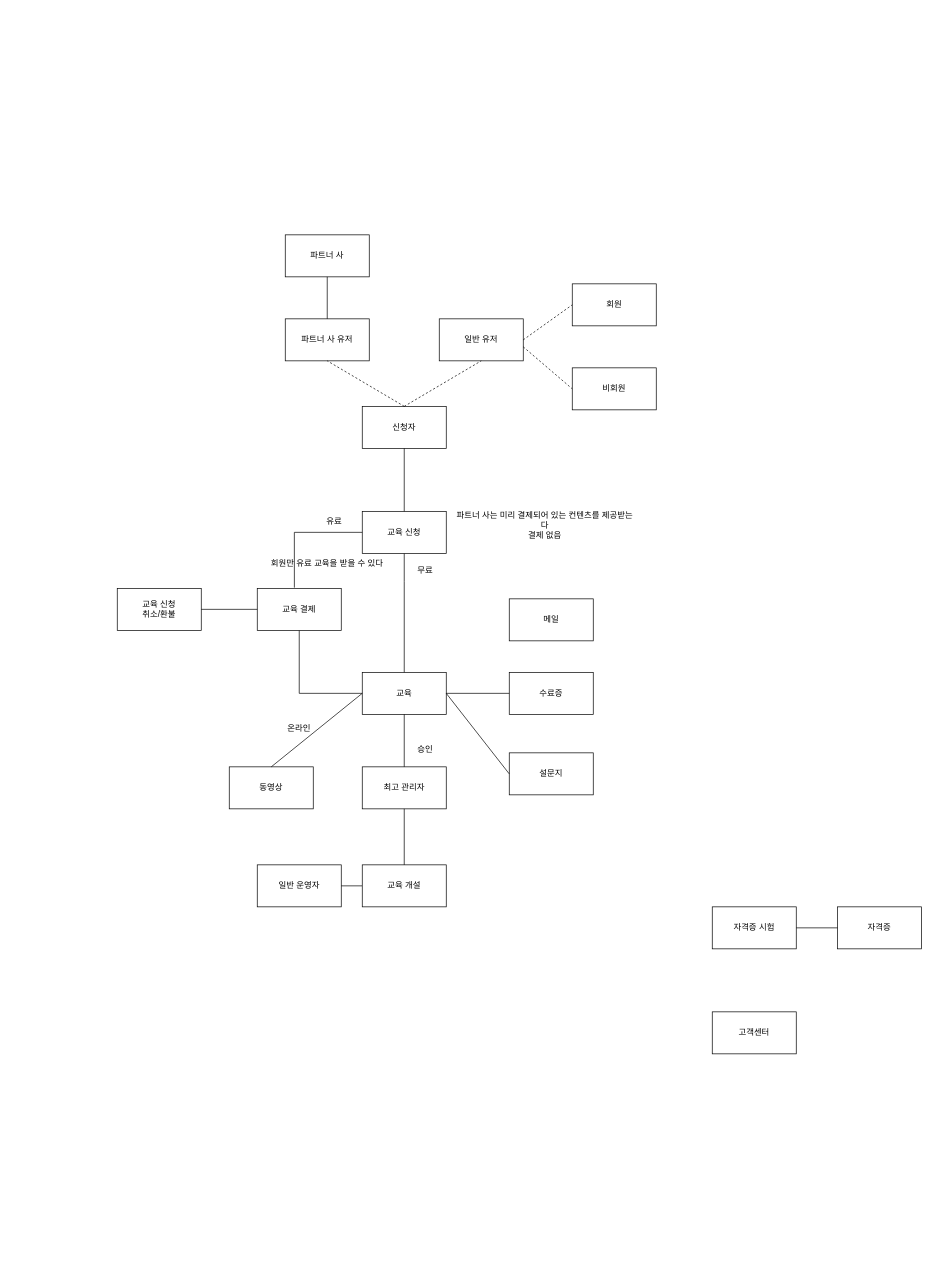
Earlier version of the draw.io diagram Untitled Diagram.drawio (Ganjinajae/algorithm). Source tidied: cells renumbered, new cells numbered last; positions are measured from the earlier drawing's top-left corner, leaving out a move shared by most shapes. Both pictures are drawn from the tidied source at 70%, with x=0, y=0 at pixel (117, 234).
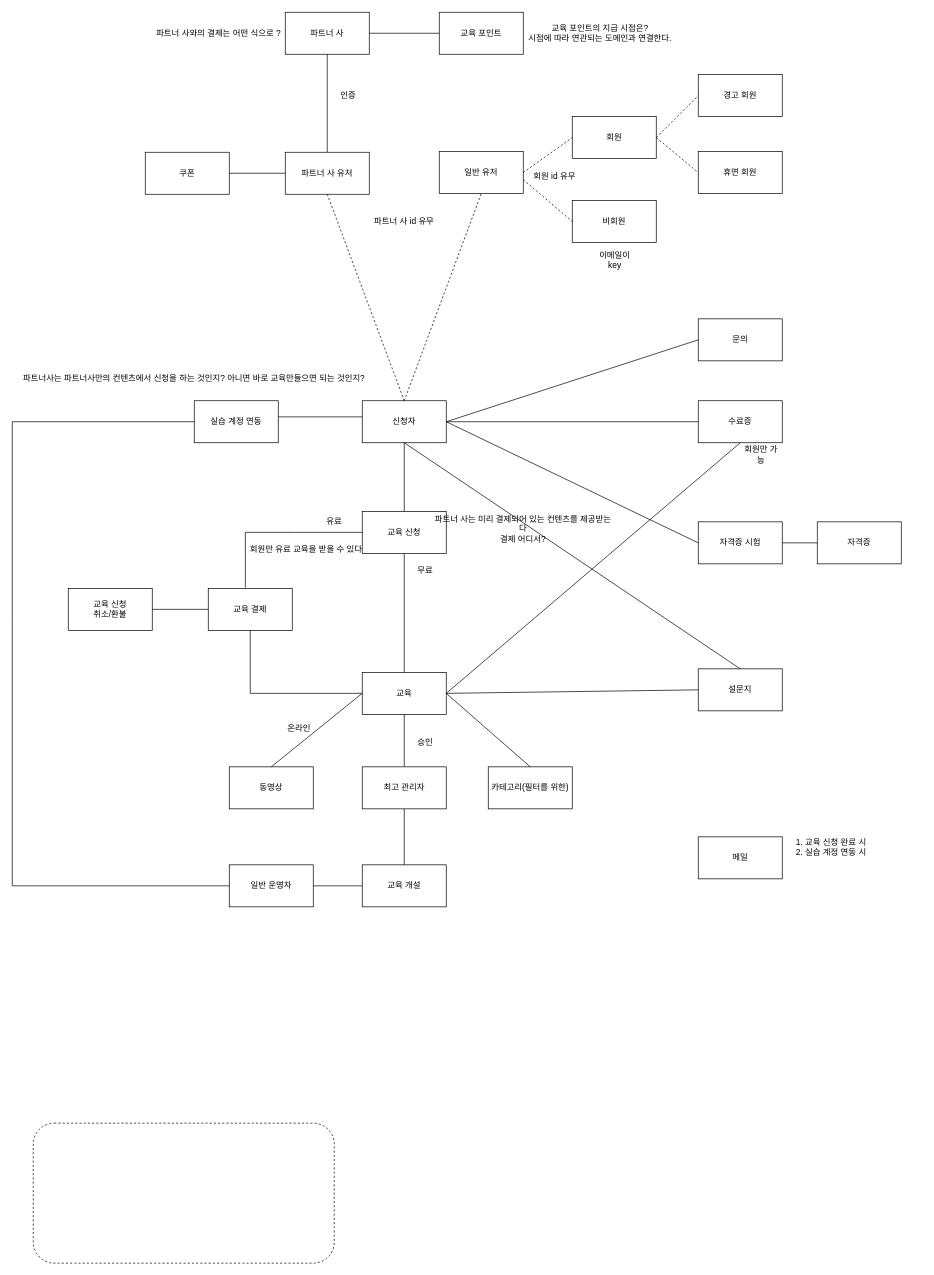
Above is the later version.

Unchanged cells that the change refers to:
```xml
<mxCell id="3" value="교육" style="rounded=0;whiteSpace=wrap;html=1;" parent="1" vertex="1">
  <mxGeometry x="350" y="625" width="120" height="60" as="geometry" />
</mxCell>
<mxCell id="5" value="교육 신청" style="rounded=0;whiteSpace=wrap;html=1;" parent="1" vertex="1">
  <mxGeometry x="350" y="395" width="120" height="60" as="geometry" />
</mxCell>
```

What changed in the source:
```diff
@@
+    <mxCell id="45" style="rounded=1;whiteSpace=wrap;html=1;dashed=1;" parent="1" vertex="1">
+      <mxGeometry x="-120" y="1269" width="430" height="200" as="geometry" />
+    </mxCell>
     <mxCell id="2" value="신청자" style="rounded=0;whiteSpace=wrap;html=1;" parent="1" vertex="1">
-      <mxGeometry x="350" y="245" width="120" height="60" as="geometry" />
+      <mxGeometry x="350" y="237" width="120" height="60" as="geometry" />
     </mxCell>
@@
     <mxCell id="7" value="교육 결제" style="rounded=0;whiteSpace=wrap;html=1;" parent="1" vertex="1">
-      <mxGeometry x="200" y="505" width="120" height="60" as="geometry" />
+      <mxGeometry x="130" y="505" width="120" height="60" as="geometry" />
     </mxCell>
     <mxCell id="8" value="파트너 사" style="rounded=0;whiteSpace=wrap;html=1;" parent="1" vertex="1">
-      <mxGeometry x="240" width="120" height="60" as="geometry" />
+      <mxGeometry x="240" y="-318" width="120" height="60" as="geometry" />
     </mxCell>
@@
     <mxCell id="10" value="일반 운영자" style="rounded=0;whiteSpace=wrap;html=1;" parent="1" vertex="1">
-      <mxGeometry x="200" y="900" width="120" height="60" as="geometry" />
+      <mxGeometry x="160" y="900" width="120" height="60" as="geometry" />
     </mxCell>
@@
     <mxCell id="12" style="endArrow=none;html=1;rounded=0;exitX=0.442;exitY=-0.017;exitDx=0;exitDy=0;exitPerimeter=0;entryX=0;entryY=0.5;entryDx=0;entryDy=0;" parent="1" edge="1" source="7" target="5">
       <mxGeometry relative="1" as="geometry">
         <Array as="points">
+          <mxPoint x="183" y="425" />
           <mxPoint x="253" y="425" />
         </Array>
       </mxGeometry>
     </mxCell>
@@
     <mxCell id="15" value="일반 유저" style="rounded=0;whiteSpace=wrap;html=1;" parent="1" vertex="1">
-      <mxGeometry x="460" y="120" width="120" height="60" as="geometry" />
+      <mxGeometry x="460" y="-119" width="120" height="60" as="geometry" />
     </mxCell>
@@
     <mxCell id="17" value="회원" style="rounded=0;whiteSpace=wrap;html=1;" parent="1" vertex="1">
-      <mxGeometry x="650" y="70" width="120" height="60" as="geometry" />
+      <mxGeometry x="650" y="-169" width="120" height="60" as="geometry" />
     </mxCell>
     <mxCell id="18" value="비회원" style="rounded=0;whiteSpace=wrap;html=1;" parent="1" vertex="1">
-      <mxGeometry x="650" y="190" width="120" height="60" as="geometry" />
+      <mxGeometry x="650" y="-49" width="120" height="60" as="geometry" />
     </mxCell>
@@
     <mxCell id="20" style="endArrow=none;html=1;rounded=0;entryX=0;entryY=0.5;entryDx=0;entryDy=0;dashed=1;" parent="1" edge="1" target="18">
       <mxGeometry relative="1" as="geometry">
-        <mxPoint x="580" y="160" as="sourcePoint" />
+        <mxPoint x="580" y="-79" as="sourcePoint" />
       </mxGeometry>
     </mxCell>
     <mxCell id="21" value="파트너 사 유저" style="rounded=0;whiteSpace=wrap;html=1;" parent="1" vertex="1">
-      <mxGeometry x="240" y="120" width="120" height="60" as="geometry" />
+      <mxGeometry x="240" y="-118" width="120" height="60" as="geometry" />
     </mxCell>
@@
     <mxCell id="27" value="수료증" style="rounded=0;whiteSpace=wrap;html=1;" parent="1" vertex="1">
-      <mxGeometry x="560" y="625" width="120" height="60" as="geometry" />
+      <mxGeometry x="830" y="237" width="120" height="60" as="geometry" />
     </mxCell>
-    <mxCell id="28" style="endArrow=none;html=1;rounded=0;entryX=0.5;entryY=1;entryDx=0;entryDy=0;exitX=0.5;exitY=0;exitDx=0;exitDy=0;" parent="1" edge="1" source="21" target="8">
-      <mxGeometry relative="1" as="geometry" />
-    </mxCell>
-    <mxCell id="29" value="파트너 사는 미리 결제되어 있는 컨텐츠를 제공받는다&lt;br&gt;결제 없음" style="text;html=1;strokeColor=none;fillColor=none;align=center;verticalAlign=middle;whiteSpace=wrap;rounded=0;" parent="1" vertex="1">
-      <mxGeometry x="481" y="400" width="260" height="30" as="geometry" />
+    <mxCell id="29" value="파트너 사는 미리 결제되어 있는 컨텐츠를 제공받는다&lt;br&gt;결제 어디서?" style="text;html=1;strokeColor=none;fillColor=none;align=center;verticalAlign=middle;whiteSpace=wrap;rounded=0;" parent="1" vertex="1">
+      <mxGeometry x="450" y="405" width="260" height="30" as="geometry" />
     </mxCell>
-    <mxCell id="30" value="자격증 시험" style="rounded=0;whiteSpace=wrap;html=1;" parent="1" vertex="1">
-      <mxGeometry x="850" y="960" width="120" height="60" as="geometry" />
-    </mxCell>
-    <mxCell id="31" value="자격증" style="rounded=0;whiteSpace=wrap;html=1;" parent="1" vertex="1">
-      <mxGeometry x="1029" y="960" width="120" height="60" as="geometry" />
-    </mxCell>
-    <mxCell id="32" style="endArrow=none;html=1;rounded=0;entryX=0;entryY=0.5;entryDx=0;entryDy=0;exitX=1;exitY=0.5;exitDx=0;exitDy=0;" parent="1" edge="1" source="30" target="31">
-      <mxGeometry relative="1" as="geometry" />
-    </mxCell>
     <mxCell id="33" value="회원만 유료 교육을 받을 수 있다" style="text;html=1;strokeColor=none;fillColor=none;align=center;verticalAlign=middle;whiteSpace=wrap;rounded=0;" parent="1" vertex="1">
-      <mxGeometry x="200" y="455" width="200" height="30" as="geometry" />
+      <mxGeometry x="170" y="435" width="200" height="30" as="geometry" />
     </mxCell>
     <mxCell id="34" value="설문지" style="rounded=0;whiteSpace=wrap;html=1;" parent="1" vertex="1">
-      <mxGeometry x="560" y="740" width="120" height="60" as="geometry" />
+      <mxGeometry x="830" y="620" width="120" height="60" as="geometry" />
     </mxCell>
@@
-    <mxCell id="37" value="메일" style="rounded=0;whiteSpace=wrap;html=1;" parent="1" vertex="1">
-      <mxGeometry x="560" y="520" width="120" height="60" as="geometry" />
-    </mxCell>
-    <mxCell id="38" value="고객센터" style="rounded=0;whiteSpace=wrap;html=1;" parent="1" vertex="1">
-      <mxGeometry x="850" y="1110" width="120" height="60" as="geometry" />
+    <mxCell id="38" value="문의" style="rounded=0;whiteSpace=wrap;html=1;" parent="1" vertex="1">
+      <mxGeometry x="830" y="120" width="120" height="60" as="geometry" />
     </mxCell>
@@
-    <mxCell id="40" style="endArrow=none;html=1;rounded=0;exitX=1;exitY=0.5;exitDx=0;exitDy=0;entryX=0;entryY=0.5;entryDx=0;entryDy=0;" parent="1" edge="1" source="3" target="27">
+    <mxCell id="40" style="endArrow=none;html=1;rounded=0;exitX=1;exitY=0.5;exitDx=0;exitDy=0;entryX=0.5;entryY=1;entryDx=0;entryDy=0;" parent="1" edge="1" source="3" target="27">
       <mxGeometry relative="1" as="geometry" />
     </mxCell>
@@
     <mxCell id="42" value="승인" style="text;html=1;strokeColor=none;fillColor=none;align=center;verticalAlign=middle;whiteSpace=wrap;rounded=0;" parent="1" vertex="1">
-      <mxGeometry x="410" y="720" width="60" height="30" as="geometry" />
+      <mxGeometry x="410" y="710" width="60" height="30" as="geometry" />
     </mxCell>
     <mxCell id="43" value="교육 신청 &lt;br&gt;취소/환불" style="rounded=0;whiteSpace=wrap;html=1;" parent="1" vertex="1">
-      <mxGeometry y="505" width="120" height="60" as="geometry" />
+      <mxGeometry x="-70" y="505" width="120" height="60" as="geometry" />
     </mxCell>
@@
+    <mxCell id="46" value="파트너 사 id 유무" style="text;html=1;strokeColor=none;fillColor=none;align=center;verticalAlign=middle;whiteSpace=wrap;rounded=0;" parent="1" vertex="1">
+      <mxGeometry x="360" y="-34" width="100" height="30" as="geometry" />
+    </mxCell>
+    <mxCell id="47" value="이메일이 key" style="text;html=1;strokeColor=none;fillColor=none;align=center;verticalAlign=middle;whiteSpace=wrap;rounded=0;" parent="1" vertex="1">
+      <mxGeometry x="681" y="21" width="60" height="30" as="geometry" />
+    </mxCell>
+    <mxCell id="48" value="경고 회원" style="rounded=0;whiteSpace=wrap;html=1;" parent="1" vertex="1">
+      <mxGeometry x="830" y="-229" width="120" height="60" as="geometry" />
+    </mxCell>
+    <mxCell id="49" value="휴면 회원" style="rounded=0;whiteSpace=wrap;html=1;" parent="1" vertex="1">
+      <mxGeometry x="830" y="-119" width="120" height="60" as="geometry" />
+    </mxCell>
+    <mxCell id="50" style="endArrow=none;dashed=1;html=1;rounded=0;entryX=0;entryY=0.5;entryDx=0;entryDy=0;exitX=1;exitY=0.5;exitDx=0;exitDy=0;" parent="1" edge="1" source="17" target="48">
+      <mxGeometry relative="1" as="geometry" />
+    </mxCell>
+    <mxCell id="51" style="endArrow=none;dashed=1;html=1;rounded=0;entryX=0;entryY=0.5;entryDx=0;entryDy=0;" parent="1" edge="1" target="49">
+      <mxGeometry relative="1" as="geometry">
+        <mxPoint x="770" y="-139" as="sourcePoint" />
+      </mxGeometry>
+    </mxCell>
+    <mxCell id="52" value="회원만 가능" style="text;html=1;strokeColor=none;fillColor=none;align=center;verticalAlign=middle;whiteSpace=wrap;rounded=0;" parent="1" vertex="1">
+      <mxGeometry x="890" y="297" width="60" height="33" as="geometry" />
+    </mxCell>
+    <mxCell id="53" value="회원 id 유무" style="text;html=1;strokeColor=none;fillColor=none;align=center;verticalAlign=middle;whiteSpace=wrap;rounded=0;" parent="1" vertex="1">
+      <mxGeometry x="580" y="-99" width="90" height="30" as="geometry" />
+    </mxCell>
+    <mxCell id="54" value="실습 계정 연동" style="rounded=0;whiteSpace=wrap;html=1;" parent="1" vertex="1">
+      <mxGeometry x="110" y="237" width="120" height="60" as="geometry" />
+    </mxCell>
+    <mxCell id="55" style="endArrow=none;html=1;rounded=0;entryX=0;entryY=0.5;entryDx=0;entryDy=0;exitX=1;exitY=0.5;exitDx=0;exitDy=0;" parent="1" edge="1">
+      <mxGeometry relative="1" as="geometry">
+        <mxPoint x="230" y="260" as="sourcePoint" />
+        <mxPoint x="350" y="260" as="targetPoint" />
+      </mxGeometry>
+    </mxCell>
+    <mxCell id="56" value="파트너사는 파트너사만의 컨텐츠에서 신청을 하는 것인지? 아니면 바로 교육만들으면 되는 것인지?" style="text;html=1;strokeColor=none;fillColor=none;align=center;verticalAlign=middle;whiteSpace=wrap;rounded=0;" parent="1" vertex="1">
+      <mxGeometry x="-150" y="190" width="520" height="30" as="geometry" />
+    </mxCell>
+    <mxCell id="28" style="endArrow=none;html=1;rounded=0;entryX=0.5;entryY=1;entryDx=0;entryDy=0;exitX=0.5;exitY=0;exitDx=0;exitDy=0;" parent="1" edge="1" source="21" target="8">
+      <mxGeometry relative="1" as="geometry" />
+    </mxCell>
+    <mxCell id="57" style="endArrow=none;html=1;rounded=0;entryX=0;entryY=0.5;entryDx=0;entryDy=0;exitX=0;exitY=0.5;exitDx=0;exitDy=0;" parent="1" edge="1" source="10" target="54">
+      <mxGeometry relative="1" as="geometry">
+        <Array as="points">
+          <mxPoint x="-150" y="930" />
+          <mxPoint x="-150" y="550" />
+          <mxPoint x="-150" y="267" />
+        </Array>
+      </mxGeometry>
+    </mxCell>
+    <mxCell id="58" value="파트너 사와의 결제는 어떤 식으로 ?" style="text;html=1;strokeColor=none;fillColor=none;align=center;verticalAlign=middle;whiteSpace=wrap;rounded=0;" parent="1" vertex="1">
+      <mxGeometry x="50" y="-303" width="190" height="30" as="geometry" />
+    </mxCell>
+    <mxCell id="59" value="교육 포인트" style="rounded=0;whiteSpace=wrap;html=1;" parent="1" vertex="1">
+      <mxGeometry x="460" y="-318" width="120" height="60" as="geometry" />
+    </mxCell>
+    <mxCell id="60" style="endArrow=none;html=1;rounded=0;entryX=0;entryY=0.5;entryDx=0;entryDy=0;exitX=1;exitY=0.5;exitDx=0;exitDy=0;" parent="1" edge="1" source="8" target="59">
+      <mxGeometry relative="1" as="geometry" />
+    </mxCell>
+    <mxCell id="61" value="교육 포인트의 지급 시점은?&lt;br&gt;시점에 따라 연관되는 도메인과 연결한다." style="text;html=1;strokeColor=none;fillColor=none;align=center;verticalAlign=middle;whiteSpace=wrap;rounded=0;" parent="1" vertex="1">
+      <mxGeometry x="570" y="-303" width="240" height="30" as="geometry" />
+    </mxCell>
+    <mxCell id="62" style="endArrow=none;html=1;rounded=0;entryX=1;entryY=0.5;entryDx=0;entryDy=0;exitX=0;exitY=0.5;exitDx=0;exitDy=0;" parent="1" edge="1" source="27" target="2">
+      <mxGeometry relative="1" as="geometry" />
+    </mxCell>
+    <mxCell id="63" style="endArrow=none;html=1;rounded=0;entryX=0.5;entryY=1;entryDx=0;entryDy=0;exitX=0.5;exitY=0;exitDx=0;exitDy=0;" parent="1" edge="1" source="34" target="2">
+      <mxGeometry relative="1" as="geometry" />
+    </mxCell>
+    <mxCell id="64" value="인증" style="text;html=1;strokeColor=none;fillColor=none;align=center;verticalAlign=middle;whiteSpace=wrap;rounded=0;dashed=1;" parent="1" vertex="1">
+      <mxGeometry x="300" y="-214" width="60" height="30" as="geometry" />
+    </mxCell>
+    <mxCell id="65" value="카테고리(필터를 위한)" style="rounded=0;whiteSpace=wrap;html=1;" parent="1" vertex="1">
+      <mxGeometry x="530" y="760" width="120" height="60" as="geometry" />
+    </mxCell>
+    <mxCell id="66" style="endArrow=none;html=1;rounded=0;exitX=1;exitY=0.5;exitDx=0;exitDy=0;entryX=0.5;entryY=0;entryDx=0;entryDy=0;" parent="1" edge="1" source="3" target="65">
+      <mxGeometry relative="1" as="geometry" />
+    </mxCell>
+    <mxCell id="67" value="쿠폰" style="rounded=0;whiteSpace=wrap;html=1;" parent="1" vertex="1">
+      <mxGeometry x="40" y="-118" width="120" height="60" as="geometry" />
+    </mxCell>
+    <mxCell id="68" style="endArrow=none;html=1;rounded=0;exitX=1;exitY=0.5;exitDx=0;exitDy=0;entryX=0;entryY=0.5;entryDx=0;entryDy=0;" parent="1" edge="1" source="67" target="21">
+      <mxGeometry relative="1" as="geometry" />
+    </mxCell>
+    <mxCell id="69" style="endArrow=none;html=1;rounded=0;entryX=0;entryY=0.5;entryDx=0;entryDy=0;exitX=1;exitY=0.5;exitDx=0;exitDy=0;" parent="1" edge="1" source="2" target="38">
+      <mxGeometry relative="1" as="geometry" />
+    </mxCell>
+    <mxCell id="30" value="자격증 시험" style="rounded=0;whiteSpace=wrap;html=1;" parent="1" vertex="1">
+      <mxGeometry x="830" y="410" width="120" height="60" as="geometry" />
+    </mxCell>
+    <mxCell id="31" value="자격증" style="rounded=0;whiteSpace=wrap;html=1;" parent="1" vertex="1">
+      <mxGeometry x="1000" y="410" width="120" height="60" as="geometry" />
+    </mxCell>
+    <mxCell id="32" style="endArrow=none;html=1;rounded=0;entryX=0;entryY=0.5;entryDx=0;entryDy=0;exitX=1;exitY=0.5;exitDx=0;exitDy=0;" parent="1" edge="1" source="30" target="31">
+      <mxGeometry relative="1" as="geometry" />
+    </mxCell>
+    <mxCell id="70" style="endArrow=none;html=1;rounded=0;entryX=0;entryY=0.5;entryDx=0;entryDy=0;exitX=1;exitY=0.5;exitDx=0;exitDy=0;" parent="1" edge="1" source="2" target="30">
+      <mxGeometry relative="1" as="geometry" />
+    </mxCell>
+    <mxCell id="37" value="메일" style="rounded=0;whiteSpace=wrap;html=1;" parent="1" vertex="1">
+      <mxGeometry x="830" y="860" width="120" height="60" as="geometry" />
+    </mxCell>
+    <mxCell id="71" value="1. 교육 신청 완료 시&lt;br&gt;2. 실습 계정 연동 시" style="text;html=1;strokeColor=none;fillColor=none;align=center;verticalAlign=middle;whiteSpace=wrap;rounded=0;" parent="1" vertex="1">
+      <mxGeometry x="940" y="860" width="160" height="30" as="geometry" />
+    </mxCell>
```
